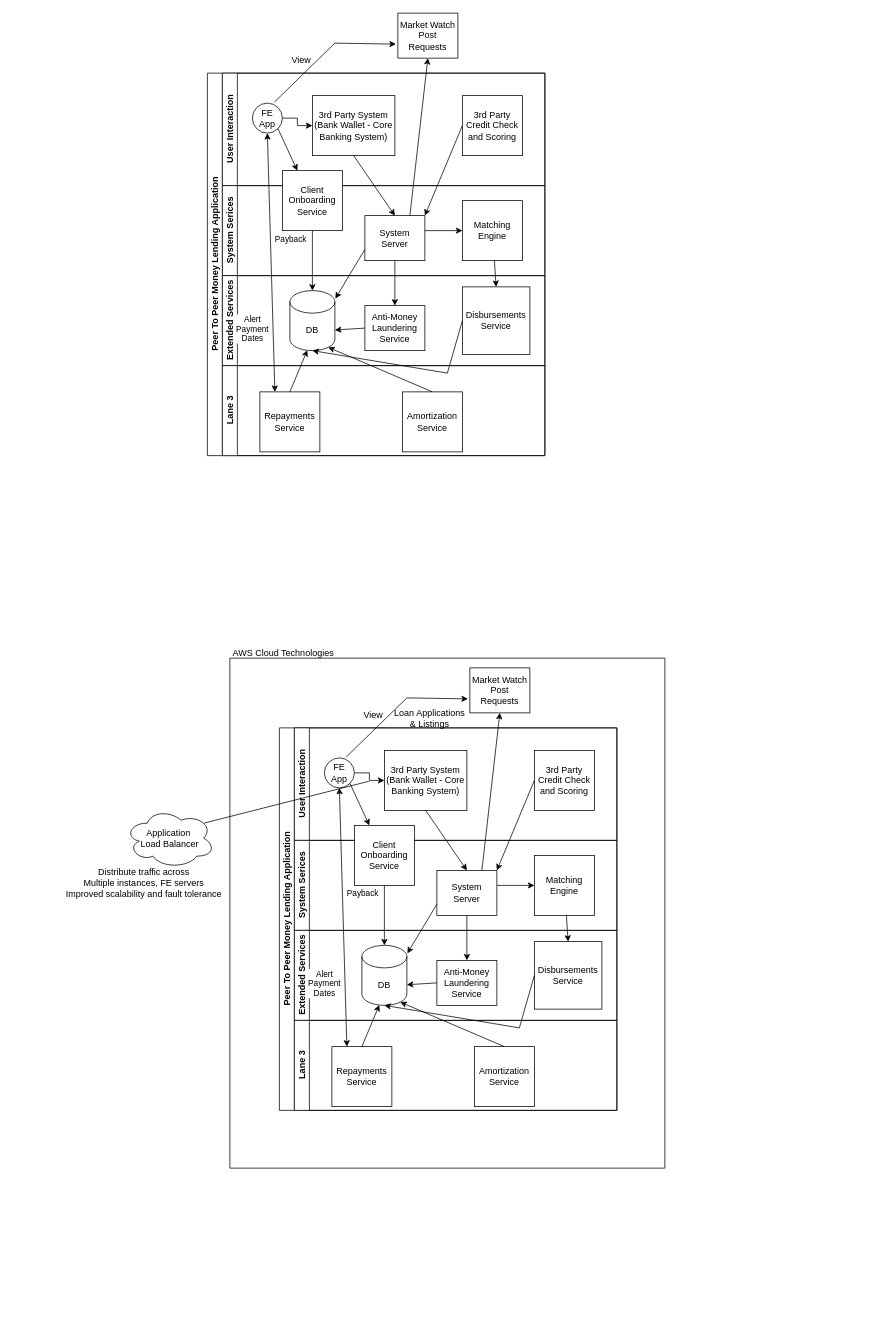
Earlier version of the draw.io diagram src/P2P.drawio (marlonmilesmg/maven-marlon). Source tidied: cells renumbered, new cells numbered last; positions are measured from the earlier drawing's top-left corner, leaving out a move shared by most shapes. Both pictures are drawn from the tidied source at 75%, with x=0, y=0 at pixel (57, 13).
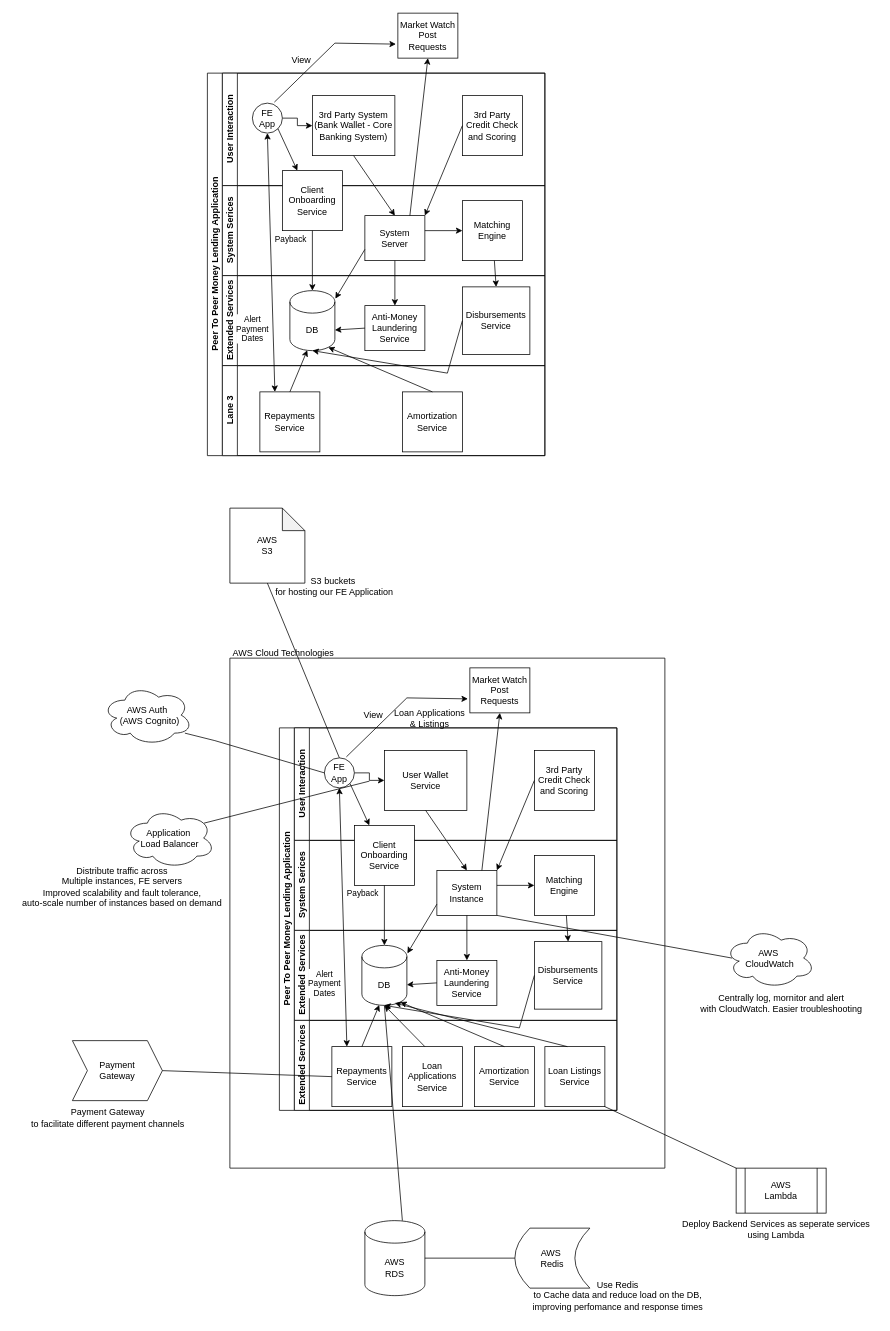
After the change.

Unchanged cells that the change refers to:
```xml
<mxCell id="38" value="Peer To Peer Money Lending Application" style="swimlane;html=1;horizontal=0;startSize=20;" parent="1" vertex="1">
  <mxGeometry x="296" y="953" width="450" height="510" as="geometry" />
</mxCell>
<mxCell id="39" value="User Interaction" style="swimlane;html=1;startSize=20;horizontal=0;" parent="38" vertex="1">
  <mxGeometry x="20" width="430" height="150" as="geometry" />
</mxCell>
<mxCell id="41" value="FE&lt;br&gt;App" style="ellipse;whiteSpace=wrap;html=1;" parent="39" vertex="1">
  <mxGeometry x="40" y="40" width="40" height="40" as="geometry" />
</mxCell>
<mxCell id="44" value="System Serices" style="swimlane;html=1;startSize=20;horizontal=0;" parent="38" vertex="1">
  <mxGeometry x="20" y="150" width="430" height="120" as="geometry" />
</mxCell>
<mxCell id="51" value="DB" style="shape=cylinder3;whiteSpace=wrap;html=1;boundedLbl=1;backgroundOutline=1;size=15;" parent="49" vertex="1">
  <mxGeometry x="90" y="20" width="60" height="80" as="geometry" />
</mxCell>
<mxCell id="57" value="Repayments&lt;br&gt;Service" style="whiteSpace=wrap;html=1;" parent="55" vertex="1">
  <mxGeometry x="50" y="35" width="80" height="80" as="geometry" />
</mxCell>
<mxCell id="74" style="swimlane;startSize=0;" parent="1" vertex="1">
  <mxGeometry x="230" y="860" width="580" height="680" as="geometry" />
</mxCell>
```

Change to the diagram source:
```diff
@@
-    <mxCell id="42" value="3rd Party System (Bank Wallet - Core Banking System)" style="rounded=0;whiteSpace=wrap;html=1;fontFamily=Helvetica;fontSize=12;fontColor=#000000;align=center;" parent="39" vertex="1">
+    <mxCell id="42" value="User Wallet &lt;br&gt;Service" style="rounded=0;whiteSpace=wrap;html=1;fontFamily=Helvetica;fontSize=12;fontColor=#000000;align=center;" parent="39" vertex="1">
       <mxGeometry x="120" y="30" width="110" height="80" as="geometry" />
     </mxCell>
@@
-    <mxCell id="45" value="System Server" style="rounded=0;whiteSpace=wrap;html=1;fontFamily=Helvetica;fontSize=12;fontColor=#000000;align=center;" parent="44" vertex="1">
+    <mxCell id="45" value="System Instance" style="rounded=0;whiteSpace=wrap;html=1;fontFamily=Helvetica;fontSize=12;fontColor=#000000;align=center;" parent="44" vertex="1">
       <mxGeometry x="190" y="40" width="80" height="60" as="geometry" />
     </mxCell>
@@
-    <mxCell id="55" value="Lane 3" style="swimlane;html=1;startSize=20;horizontal=0;" parent="38" vertex="1">
+    <mxCell id="55" value="Extended Services" style="swimlane;html=1;startSize=20;horizontal=0;" parent="38" vertex="1">
       <mxGeometry x="20" y="390" width="430" height="120" as="geometry" />
     </mxCell>
@@
+    <mxCell id="80" value="Loan Applications&lt;br&gt;Service" style="whiteSpace=wrap;html=1;" parent="74" vertex="1">
+      <mxGeometry x="230" y="518" width="80" height="80" as="geometry" />
+    </mxCell>
+    <mxCell id="81" style="endArrow=classic;html=1;rounded=0;entryX=0.5;entryY=1;entryDx=0;entryDy=0;entryPerimeter=0;" parent="74" edge="1" target="51">
+      <mxGeometry relative="1" as="geometry">
+        <mxPoint x="260" y="518" as="sourcePoint" />
+      </mxGeometry>
+    </mxCell>
+    <mxCell id="82" value="Loan Listings Service" style="whiteSpace=wrap;html=1;" parent="74" vertex="1">
+      <mxGeometry x="420" y="518" width="80" height="80" as="geometry" />
+    </mxCell>
+    <mxCell id="83" style="endArrow=classic;html=1;rounded=0;" parent="74" edge="1">
+      <mxGeometry relative="1" as="geometry">
+        <mxPoint x="450" y="518" as="sourcePoint" />
+        <mxPoint x="220" y="460" as="targetPoint" />
+      </mxGeometry>
+    </mxCell>
@@
-    <mxCell id="79" value="Distribute traffic across&lt;br&gt;Multiple instances, FE servers&lt;br&gt;Improved scalability and fault tolerance" style="text;html=1;align=center;verticalAlign=middle;strokeColor=none;fillColor=none;" parent="1" vertex="1">
-      <mxGeometry y="1130" width="230" height="60" as="geometry" />
+    <mxCell id="79" value="Distribute traffic across&lt;br&gt;Multiple instances, FE servers&lt;br&gt;Improved scalability and fault tolerance,&lt;br&gt;auto-scale number of instances based on demand" style="text;html=1;align=center;verticalAlign=middle;strokeColor=none;fillColor=none;" parent="1" vertex="1">
+      <mxGeometry x="-59" y="1130" width="290" height="70" as="geometry" />
     </mxCell>
+    <mxCell id="84" value="AWS Auth&lt;br&gt;&amp;nbsp; (AWS Cognito)" style="ellipse;shape=cloud;whiteSpace=wrap;html=1;" parent="1" vertex="1">
+      <mxGeometry x="60" y="896" width="120" height="80" as="geometry" />
+    </mxCell>
+    <mxCell id="85" style="endArrow=none;html=1;rounded=0;entryX=0;entryY=0.5;entryDx=0;entryDy=0;" parent="1" edge="1" target="41">
+      <mxGeometry relative="1" as="geometry">
+        <mxPoint x="170" y="960" as="sourcePoint" />
+        <Array as="points">
+          <mxPoint x="210" y="970" />
+        </Array>
+      </mxGeometry>
+    </mxCell>
+    <mxCell id="86" value="Payment &lt;br&gt;Gateway" style="shape=step;perimeter=stepPerimeter;whiteSpace=wrap;html=1;fixedSize=1;" parent="1" vertex="1">
+      <mxGeometry x="20" y="1370" width="120" height="80" as="geometry" />
+    </mxCell>
+    <mxCell id="87" style="endArrow=none;html=1;rounded=0;entryX=0;entryY=0.5;entryDx=0;entryDy=0;" parent="1" edge="1" target="57">
+      <mxGeometry relative="1" as="geometry">
+        <mxPoint x="140" y="1410" as="sourcePoint" />
+      </mxGeometry>
+    </mxCell>
+    <mxCell id="88" value="Payment Gateway &lt;br&gt;to facilitate different payment channels" style="text;html=1;align=center;verticalAlign=middle;strokeColor=none;fillColor=none;" parent="1" vertex="1">
+      <mxGeometry x="-48" y="1453" width="230" height="40" as="geometry" />
+    </mxCell>
+    <mxCell id="89" value="AWS&lt;br&gt;RDS" style="shape=cylinder3;whiteSpace=wrap;html=1;boundedLbl=1;backgroundOutline=1;size=15;" parent="1" vertex="1">
+      <mxGeometry x="410" y="1610" width="80" height="100" as="geometry" />
+    </mxCell>
+    <mxCell id="90" style="endArrow=none;html=1;rounded=0;entryX=0.5;entryY=1;entryDx=0;entryDy=0;entryPerimeter=0;" parent="1" edge="1" target="51">
+      <mxGeometry relative="1" as="geometry">
+        <mxPoint x="460" y="1610" as="sourcePoint" />
+      </mxGeometry>
+    </mxCell>
+    <mxCell id="91" value="AWS&lt;br&gt;S3" style="shape=note;whiteSpace=wrap;html=1;backgroundOutline=1;darkOpacity=0.05;" parent="1" vertex="1">
+      <mxGeometry x="230" y="660" width="100" height="100" as="geometry" />
+    </mxCell>
+    <mxCell id="92" style="endArrow=none;html=1;rounded=0;entryX=0.5;entryY=1;entryDx=0;entryDy=0;entryPerimeter=0;exitX=0.5;exitY=0;exitDx=0;exitDy=0;" parent="1" edge="1" source="41" target="91">
+      <mxGeometry relative="1" as="geometry" />
+    </mxCell>
+    <mxCell id="93" value="S3 buckets&amp;nbsp;&lt;br&gt;for hosting our FE Application" style="text;html=1;align=center;verticalAlign=middle;strokeColor=none;fillColor=none;" parent="1" vertex="1">
+      <mxGeometry x="279" y="744" width="180" height="40" as="geometry" />
+    </mxCell>
+    <mxCell id="94" value="AWS&amp;nbsp;&lt;br&gt;Redis" style="shape=dataStorage;whiteSpace=wrap;html=1;fixedSize=1;" parent="1" vertex="1">
+      <mxGeometry x="610" y="1620" width="100" height="80" as="geometry" />
+    </mxCell>
+    <mxCell id="95" style="endArrow=none;html=1;rounded=0;entryX=0;entryY=0.5;entryDx=0;entryDy=0;exitX=1;exitY=0.5;exitDx=0;exitDy=0;exitPerimeter=0;" parent="1" edge="1" source="89" target="94">
+      <mxGeometry relative="1" as="geometry" />
+    </mxCell>
+    <mxCell id="96" value="Use Redis&lt;br&gt;to Cache data and reduce load on the DB,&lt;br&gt;improving perfomance and response times" style="text;html=1;align=center;verticalAlign=middle;strokeColor=none;fillColor=none;" parent="1" vertex="1">
+      <mxGeometry x="622" y="1680" width="250" height="60" as="geometry" />
+    </mxCell>
+    <mxCell id="97" value="AWS&amp;nbsp;&lt;br&gt;CloudWatch" style="ellipse;shape=cloud;whiteSpace=wrap;html=1;" parent="1" vertex="1">
+      <mxGeometry x="890" y="1220" width="120" height="80" as="geometry" />
+    </mxCell>
+    <mxCell id="98" style="endArrow=none;html=1;rounded=0;entryX=1;entryY=1;entryDx=0;entryDy=0;exitX=0.083;exitY=0.5;exitDx=0;exitDy=0;exitPerimeter=0;" parent="1" edge="1" source="97" target="45">
+      <mxGeometry relative="1" as="geometry">
+        <Array as="points">
+          <mxPoint x="790" y="1240" />
+        </Array>
+      </mxGeometry>
+    </mxCell>
+    <mxCell id="99" value="Centrally log, mornitor and alert&lt;br&gt;with CloudWatch. Easier troubleshooting" style="text;html=1;align=center;verticalAlign=middle;strokeColor=none;fillColor=none;" parent="1" vertex="1">
+      <mxGeometry x="845" y="1300" width="240" height="40" as="geometry" />
+    </mxCell>
+    <mxCell id="100" value="AWS&lt;br&gt;Lambda" style="shape=process;whiteSpace=wrap;html=1;backgroundOutline=1;" parent="1" vertex="1">
+      <mxGeometry x="905" y="1540" width="120" height="60" as="geometry" />
+    </mxCell>
+    <mxCell id="101" style="endArrow=none;html=1;rounded=0;entryX=1;entryY=1;entryDx=0;entryDy=0;" parent="1" edge="1" target="82">
+      <mxGeometry relative="1" as="geometry">
+        <mxPoint x="905" y="1540" as="sourcePoint" />
+      </mxGeometry>
+    </mxCell>
+    <mxCell id="102" value="Deploy Backend Services as seperate services&lt;br&gt;using Lambda" style="text;html=1;align=center;verticalAlign=middle;strokeColor=none;fillColor=none;" parent="1" vertex="1">
+      <mxGeometry x="823" y="1602" width="270" height="40" as="geometry" />
+    </mxCell>
```
